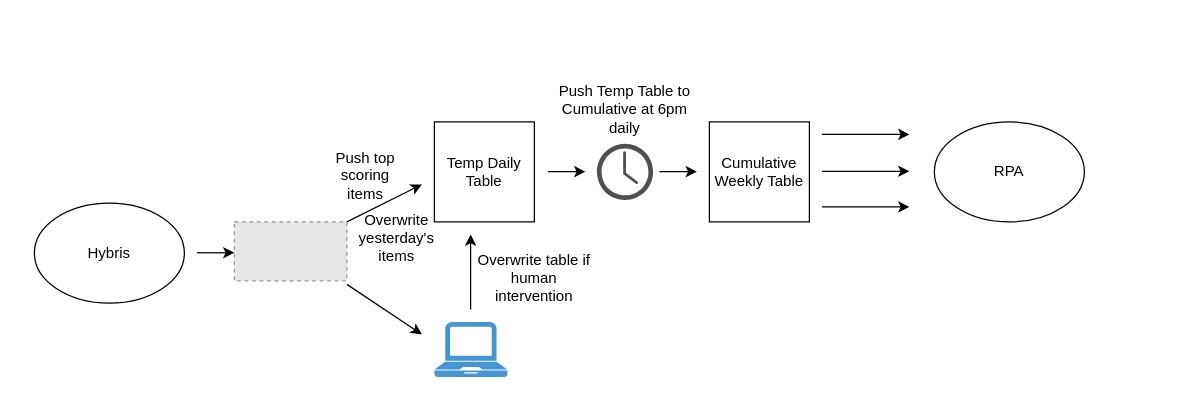
This is early_access_tables.drawio from danielbsimpson/images_matplotlib, a draw.io file, before an edit. Source tidied: cells renumbered, new cells numbered last; positions are measured from the earlier drawing's top-left corner, leaving out a move shared by most shapes. Both pictures are drawn from the tidied source at 125%, with x=0, y=0 at pixel (34, 84). Pictures stored in the file or linked from it are replaced by grey dashed boxes.
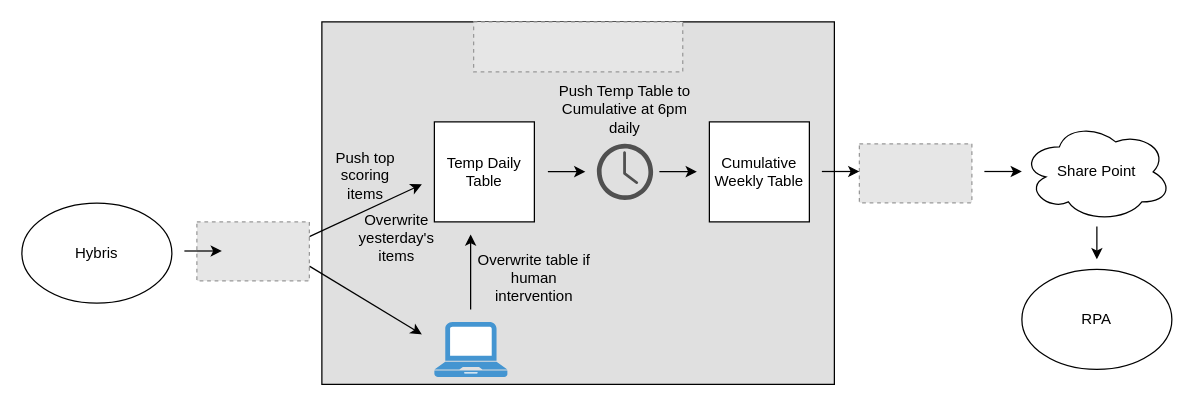
The same page after the edit.

Change to the diagram source:
```diff
@@
+    <mxCell id="22" style="rounded=0;whiteSpace=wrap;html=1;fillColor=#E0E0E0;" parent="1" vertex="1">
+      <mxGeometry x="230" y="-50" width="410" height="290" as="geometry" />
+    </mxCell>
@@
-    <mxCell id="6" style="endArrow=classic;html=1;rounded=0;" parent="1" edge="1">
+    <mxCell id="6" style="endArrow=classic;html=1;rounded=0;exitX=1;exitY=0.25;exitDx=0;exitDy=0;" parent="1" edge="1" source="15">
       <mxGeometry relative="1" as="geometry">
-        <mxPoint x="250" y="110" as="sourcePoint" />
         <mxPoint x="310" y="80" as="targetPoint" />
       </mxGeometry>
     </mxCell>
-    <mxCell id="7" style="endArrow=classic;html=1;rounded=0;" parent="1" edge="1">
+    <mxCell id="7" style="endArrow=classic;html=1;rounded=0;exitX=1;exitY=0.75;exitDx=0;exitDy=0;" parent="1" edge="1" source="15">
       <mxGeometry relative="1" as="geometry">
-        <mxPoint x="250" y="160" as="sourcePoint" />
         <mxPoint x="310" y="200" as="targetPoint" />
       </mxGeometry>
     </mxCell>
@@
     <mxCell id="15" style="fillColor=#E6E6E6;strokeColor=#999999;dashed=1;verticalLabelPosition=bottom;labelBackgroundColor=default;verticalAlign=top;" parent="1" vertex="1">
-      <mxGeometry x="160" y="110" width="90" height="47.2" as="geometry" />
+      <mxGeometry x="130" y="110" width="90" height="47.2" as="geometry" />
     </mxCell>
-    <mxCell id="16" style="endArrow=classic;html=1;rounded=0;" parent="1" edge="1">
-      <mxGeometry relative="1" as="geometry">
-        <mxPoint x="630" y="40" as="sourcePoint" />
-        <mxPoint x="700" y="40" as="targetPoint" />
-      </mxGeometry>
-    </mxCell>
-    <mxCell id="17" style="endArrow=classic;html=1;rounded=0;" parent="1" edge="1">
-      <mxGeometry relative="1" as="geometry">
-        <mxPoint x="630" y="69.5" as="sourcePoint" />
-        <mxPoint x="700" y="69.5" as="targetPoint" />
-      </mxGeometry>
-    </mxCell>
-    <mxCell id="18" style="endArrow=classic;html=1;rounded=0;" parent="1" edge="1">
-      <mxGeometry relative="1" as="geometry">
-        <mxPoint x="630" y="98" as="sourcePoint" />
-        <mxPoint x="700" y="98" as="targetPoint" />
-      </mxGeometry>
-    </mxCell>
     <mxCell id="19" value="RPA" style="ellipse;whiteSpace=wrap;html=1;" parent="1" vertex="1">
-      <mxGeometry x="720" y="30" width="120" height="80" as="geometry" />
+      <mxGeometry x="790" y="148" width="120" height="80" as="geometry" />
     </mxCell>
     <mxCell id="20" value="Hybris" style="ellipse;whiteSpace=wrap;html=1;" parent="1" vertex="1">
-      <mxGeometry y="95" width="120" height="80" as="geometry" />
+      <mxGeometry x="-10" y="95" width="120" height="80" as="geometry" />
     </mxCell>
     <mxCell id="21" style="endArrow=classic;html=1;rounded=0;" parent="1" edge="1">
       <mxGeometry relative="1" as="geometry">
-        <mxPoint x="130" y="134.7" as="sourcePoint" />
-        <mxPoint x="160" y="134.7" as="targetPoint" />
+        <mxPoint x="120" y="133.3" as="sourcePoint" />
+        <mxPoint x="150" y="133.3" as="targetPoint" />
       </mxGeometry>
     </mxCell>
+    <mxCell id="23" style="fillColor=#E6E6E6;strokeColor=#999999;dashed=1;verticalLabelPosition=bottom;labelBackgroundColor=default;verticalAlign=top;" parent="1" vertex="1">
+      <mxGeometry x="660" y="47.5" width="90" height="47.2" as="geometry" />
+    </mxCell>
+    <mxCell id="24" style="endArrow=classic;html=1;rounded=0;" parent="1" edge="1">
+      <mxGeometry relative="1" as="geometry">
+        <mxPoint x="630" y="69.7" as="sourcePoint" />
+        <mxPoint x="660" y="69.7" as="targetPoint" />
+      </mxGeometry>
+    </mxCell>
+    <mxCell id="25" style="endArrow=classic;html=1;rounded=0;" parent="1" edge="1">
+      <mxGeometry relative="1" as="geometry">
+        <mxPoint x="760" y="69.7" as="sourcePoint" />
+        <mxPoint x="790" y="69.7" as="targetPoint" />
+      </mxGeometry>
+    </mxCell>
+    <mxCell id="26" value="Share Point" style="ellipse;shape=cloud;whiteSpace=wrap;html=1;" parent="1" vertex="1">
+      <mxGeometry x="790" y="30" width="120" height="80" as="geometry" />
+    </mxCell>
+    <mxCell id="27" style="endArrow=classic;html=1;rounded=0;" parent="1" edge="1">
+      <mxGeometry relative="1" as="geometry">
+        <mxPoint x="850" y="113.6" as="sourcePoint" />
+        <mxPoint x="850" y="140" as="targetPoint" />
+      </mxGeometry>
+    </mxCell>
+    <mxCell id="28" style="fillColor=#E6E6E6;strokeColor=#999999;dashed=1;verticalLabelPosition=bottom;labelBackgroundColor=default;verticalAlign=top;" parent="1" vertex="1">
+      <mxGeometry x="351.4" y="-50" width="167.3" height="40" as="geometry" />
+    </mxCell>
```
